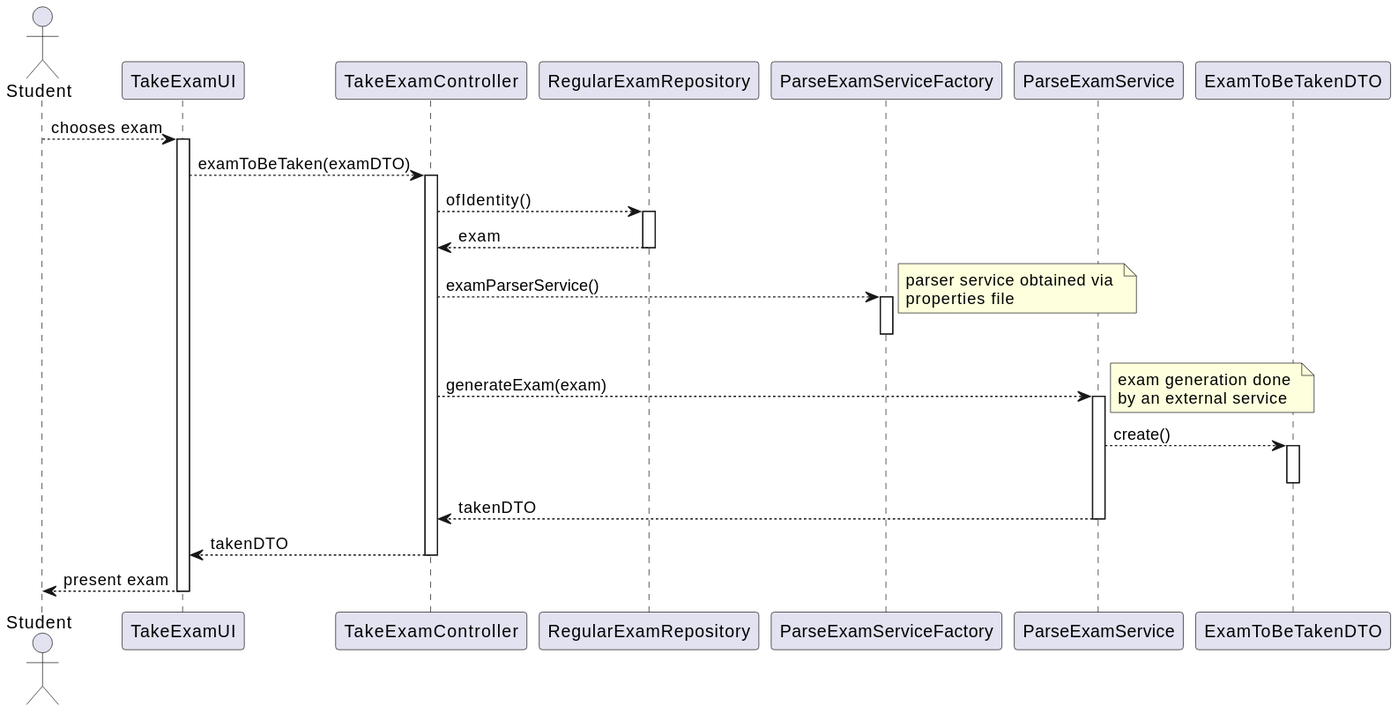
This is docs/us_2004/examToBeTakenSD.svg from jovami/isep-lapr4, a PlantUML export, as it was before one commit. Its diagram source:
```plantuml
@startuml
actor Student as student
participant TakeExamUI as ui
participant TakeExamController as ctrl

participant RegularExamRepository as exam_repo

participant ParseExamServiceFactory as parser_factory
participant ParseExamService as parser_svc

participant ExamToBeTakenDTO as taken_dto

student --> ui : chooses exam
activate ui
    ui --> ctrl : examToBeTaken(examDTO)
    activate ctrl
        ctrl --> exam_repo : ofIdentity()
        activate exam_repo
            exam_repo --> ctrl : exam
        deactivate exam_repo

        ctrl --> parser_factory : examParserService()
        activate parser_factory
            note right: parser service obtained via \nproperties file
        deactivate parser_factory

        ctrl --> parser_svc : generateExam(exam)
        activate parser_svc
            note right: exam generation done \nby an external service
            parser_svc --> taken_dto : create()
            activate taken_dto
            deactivate taken_dto
            parser_svc --> ctrl : takenDTO
        deactivate parser_svc
        ctrl --> ui : takenDTO
    deactivate ctrl
    ui --> student : present exam
deactivate ui
@enduml
```
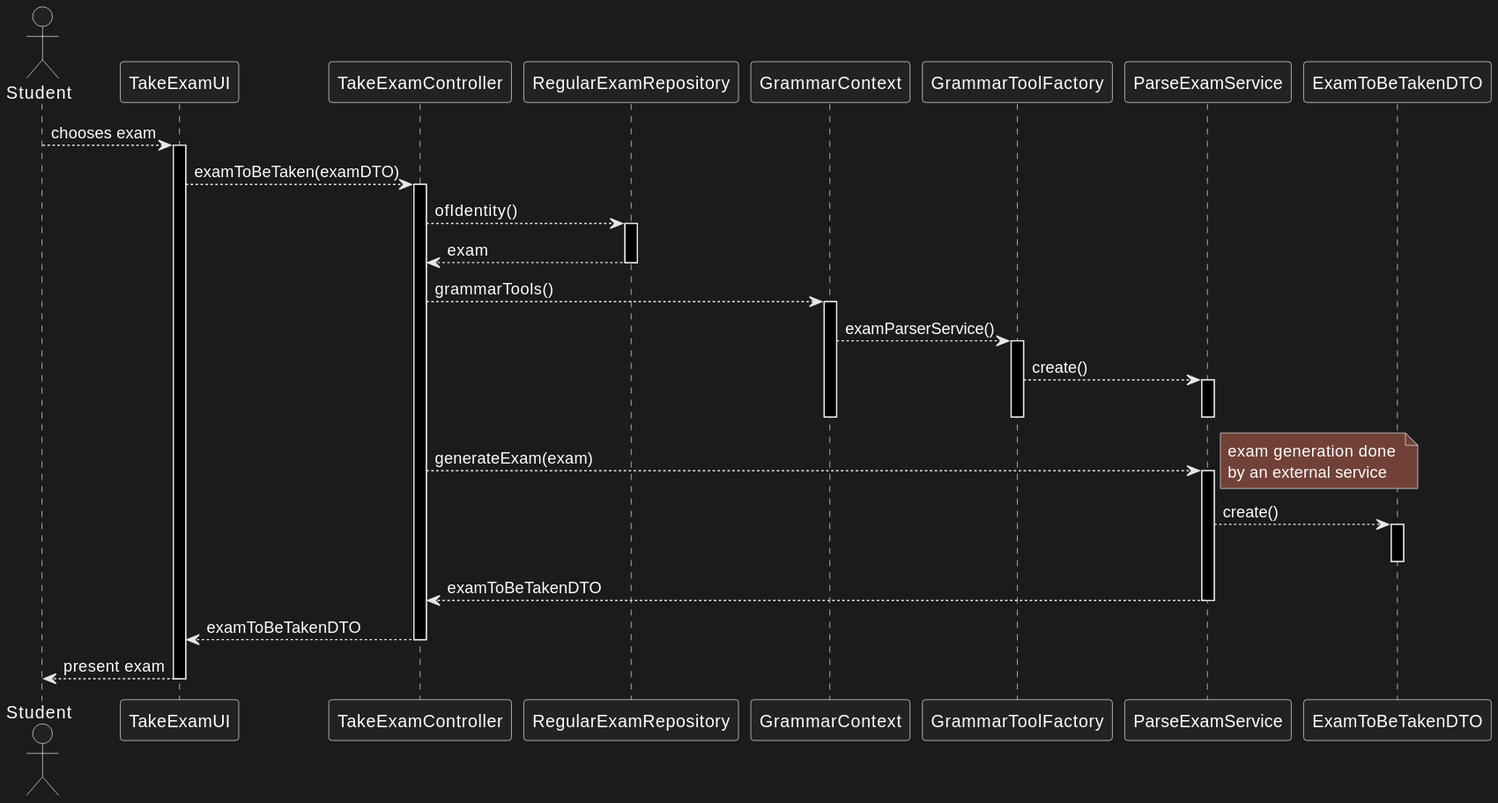
The same diagram one commit later.

Commit message:
docs(us_2004): Analysis and design for taking an exam

What changed in the source:
```diff
@@ -1,12 +1,15 @@
 @startuml
 actor Student as student
+
 participant TakeExamUI as ui
 participant TakeExamController as ctrl
 
-participant RegularExamRepository as exam_repo
+participant RegularExamRepository as repo
 
-participant ParseExamServiceFactory as parser_factory
-participant ParseExamService as parser_svc
+participant GrammarContext as ctx
+participant GrammarToolFactory as grepo
+
+participant ParseExamService as svc
 
 participant ExamToBeTakenDTO as taken_dto
 
@@ -14,25 +17,30 @@
 activate ui
     ui --> ctrl : examToBeTaken(examDTO)
     activate ctrl
-        ctrl --> exam_repo : ofIdentity()
-        activate exam_repo
-            exam_repo --> ctrl : exam
-        deactivate exam_repo
+        ctrl --> repo : ofIdentity()
+        activate repo
+            repo --> ctrl : exam
+        deactivate repo
 
-        ctrl --> parser_factory : examParserService()
-        activate parser_factory
-            note right: parser service obtained via \nproperties file
-        deactivate parser_factory
+        ctrl --> ctx : grammarTools()
+        activate ctx
+            ctx --> grepo : examParserService()
+            activate grepo
+                grepo --> svc : create()
+                activate svc
+                deactivate svc
+            deactivate grepo
+        deactivate ctx
 
-        ctrl --> parser_svc : generateExam(exam)
-        activate parser_svc
+        ctrl --> svc : generateExam(exam)
+        activate svc
             note right: exam generation done \nby an external service
-            parser_svc --> taken_dto : create()
+            svc --> taken_dto : create()
             activate taken_dto
             deactivate taken_dto
-            parser_svc --> ctrl : takenDTO
-        deactivate parser_svc
-        ctrl --> ui : takenDTO
+            svc --> ctrl : examToBeTakenDTO
+        deactivate svc
+        ctrl --> ui : examToBeTakenDTO
     deactivate ctrl
     ui --> student : present exam
 deactivate ui
```
